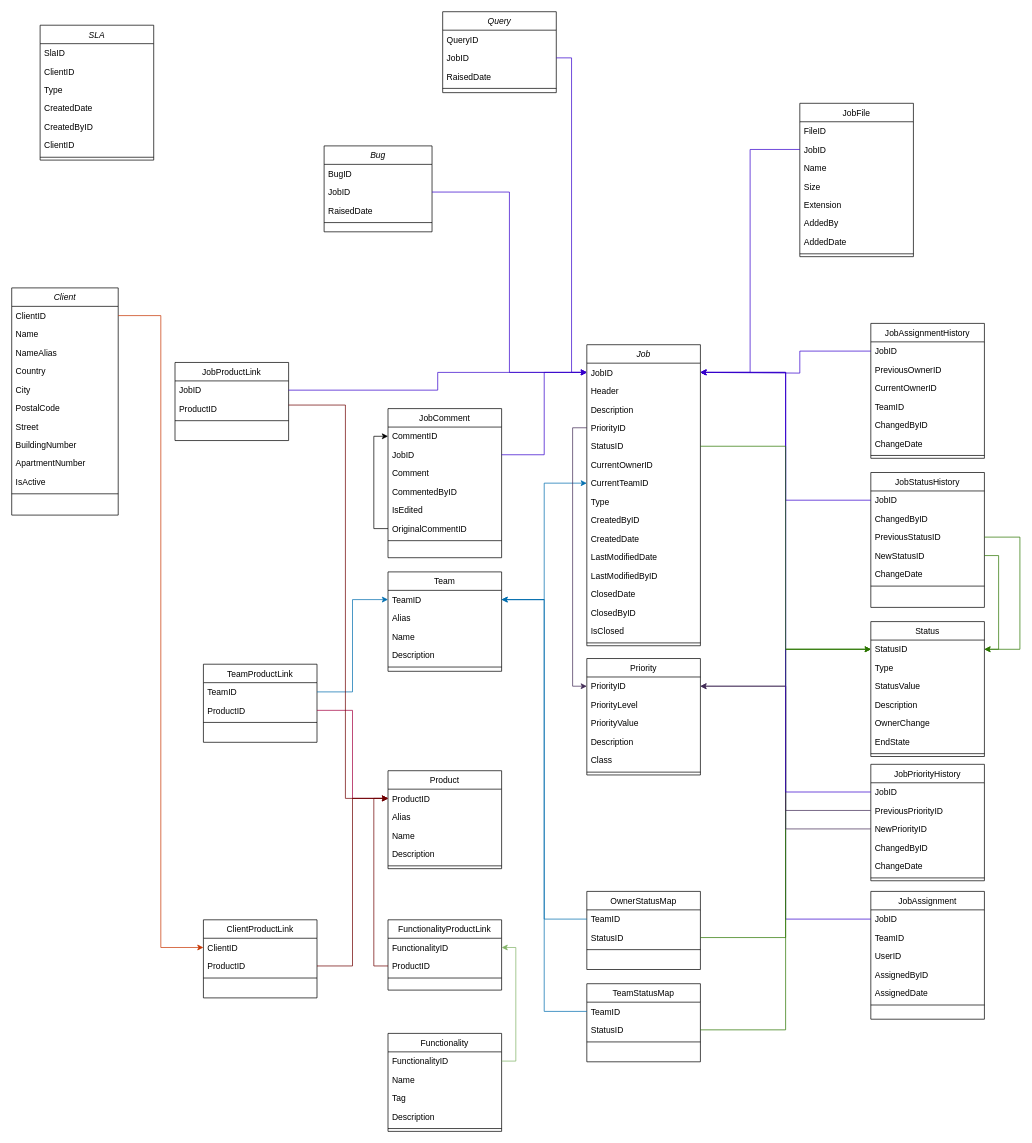
KMastalerz/Sloth keeps this draw.io diagram as documentation/uml/job-class.drawio. Above is the earlier version. Source tidied: cells renumbered, new cells numbered last; positions are measured from the earlier drawing's top-left corner, leaving out a move shared by most shapes. Both pictures are drawn from the tidied source at 71%, with x=0, y=0 at pixel (11, 11).
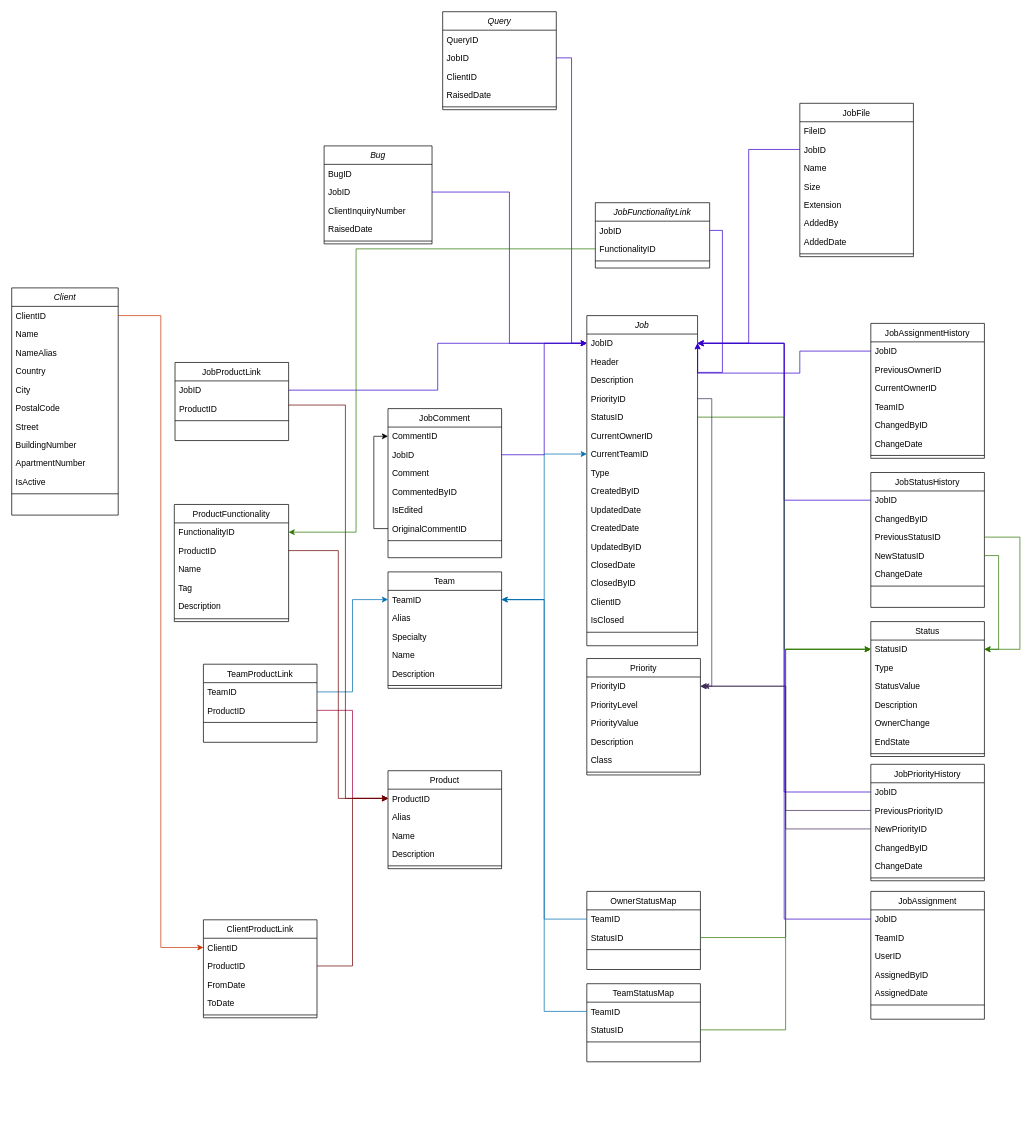
Above is the later version.

Unchanged cells that the change refers to:
```xml
<mxCell id="75" value="ProductID" style="text;align=left;verticalAlign=top;spacingLeft=4;spacingRight=4;overflow=hidden;points=[[0,0.5],[1,0.5]];portConstraint=eastwest;" parent="74" vertex="1">
  <mxGeometry y="26" width="160" height="26" as="geometry" />
</mxCell>
<mxCell id="94" value="PriorityID" style="text;align=left;verticalAlign=top;spacingLeft=4;spacingRight=4;overflow=hidden;points=[[0,0.5],[1,0.5]];portConstraint=eastwest;" parent="93" vertex="1">
  <mxGeometry y="26" width="160" height="26" as="geometry" />
</mxCell>
```

The edit, as a diff of the source:
```diff
@@
     <mxCell id="2" value="Job" style="swimlane;fontStyle=2;align=center;verticalAlign=top;horizontal=1;startSize=26;rounded=0;shadow=0;strokeWidth=1;" parent="1" vertex="1">
-      <mxGeometry x="810" y="469" width="160" height="424" as="geometry" />
+      <mxGeometry x="810" y="428" width="156" height="465" as="geometry" />
     </mxCell>
     <mxCell id="3" value="JobID" style="text;align=left;verticalAlign=top;spacingLeft=4;spacingRight=4;overflow=hidden;points=[[0,0.5],[1,0.5]];portConstraint=eastwest;" parent="2" vertex="1">
-      <mxGeometry y="26" width="160" height="26" as="geometry" />
+      <mxGeometry y="26" width="156" height="26" as="geometry" />
     </mxCell>
     <mxCell id="4" value="Header" style="text;align=left;verticalAlign=top;spacingLeft=4;spacingRight=4;overflow=hidden;rounded=0;shadow=0;html=0;" parent="2" vertex="1">
-      <mxGeometry y="52" width="160" height="26" as="geometry" />
+      <mxGeometry y="52" width="156" height="26" as="geometry" />
     </mxCell>
     <mxCell id="5" value="Description" style="text;align=left;verticalAlign=top;spacingLeft=4;spacingRight=4;overflow=hidden;rounded=0;shadow=0;html=0;" parent="2" vertex="1">
-      <mxGeometry y="78" width="160" height="26" as="geometry" />
+      <mxGeometry y="78" width="156" height="26" as="geometry" />
     </mxCell>
     <mxCell id="6" value="PriorityID" style="text;align=left;verticalAlign=top;spacingLeft=4;spacingRight=4;overflow=hidden;points=[[0,0.5],[1,0.5]];portConstraint=eastwest;rounded=0;shadow=0;html=0;" parent="2" vertex="1">
-      <mxGeometry y="104" width="160" height="26" as="geometry" />
+      <mxGeometry y="104" width="156" height="26" as="geometry" />
     </mxCell>
     <mxCell id="7" value="StatusID" style="text;align=left;verticalAlign=top;spacingLeft=4;spacingRight=4;overflow=hidden;points=[[0,0.5],[1,0.5]];portConstraint=eastwest;rounded=0;shadow=0;html=0;" parent="2" vertex="1">
-      <mxGeometry y="130" width="160" height="26" as="geometry" />
+      <mxGeometry y="130" width="156" height="26" as="geometry" />
     </mxCell>
     <mxCell id="8" value="CurrentOwnerID" style="text;align=left;verticalAlign=top;spacingLeft=4;spacingRight=4;overflow=hidden;rounded=0;shadow=0;html=0;" parent="2" vertex="1">
-      <mxGeometry y="156" width="160" height="26" as="geometry" />
+      <mxGeometry y="156" width="156" height="26" as="geometry" />
     </mxCell>
     <mxCell id="9" value="CurrentTeamID" style="text;align=left;verticalAlign=top;spacingLeft=4;spacingRight=4;overflow=hidden;points=[[0,0.5],[1,0.5]];portConstraint=eastwest;rounded=0;shadow=0;html=0;" parent="2" vertex="1">
-      <mxGeometry y="182" width="160" height="26" as="geometry" />
+      <mxGeometry y="182" width="156" height="26" as="geometry" />
     </mxCell>
     <mxCell id="10" value="Type" style="text;align=left;verticalAlign=top;spacingLeft=4;spacingRight=4;overflow=hidden;rounded=0;shadow=0;html=0;" parent="2" vertex="1">
-      <mxGeometry y="208" width="160" height="26" as="geometry" />
+      <mxGeometry y="208" width="156" height="26" as="geometry" />
     </mxCell>
     <mxCell id="11" value="CreatedByID" style="text;align=left;verticalAlign=top;spacingLeft=4;spacingRight=4;overflow=hidden;rounded=0;shadow=0;html=0;" parent="2" vertex="1">
-      <mxGeometry y="234" width="160" height="26" as="geometry" />
+      <mxGeometry y="234" width="156" height="26" as="geometry" />
     </mxCell>
+    <mxCell id="13" value="UpdatedDate" style="text;align=left;verticalAlign=top;spacingLeft=4;spacingRight=4;overflow=hidden;rounded=0;shadow=0;html=0;" parent="2" vertex="1">
+      <mxGeometry y="260" width="156" height="26" as="geometry" />
+    </mxCell>
     <mxCell id="12" value="CreatedDate" style="text;align=left;verticalAlign=top;spacingLeft=4;spacingRight=4;overflow=hidden;rounded=0;shadow=0;html=0;" parent="2" vertex="1">
-      <mxGeometry y="260" width="160" height="26" as="geometry" />
+      <mxGeometry y="286" width="156" height="26" as="geometry" />
     </mxCell>
-    <mxCell id="13" value="LastModifiedDate" style="text;align=left;verticalAlign=top;spacingLeft=4;spacingRight=4;overflow=hidden;rounded=0;shadow=0;html=0;" parent="2" vertex="1">
-      <mxGeometry y="286" width="160" height="26" as="geometry" />
-    </mxCell>
-    <mxCell id="14" value="LastModifiedByID" style="text;align=left;verticalAlign=top;spacingLeft=4;spacingRight=4;overflow=hidden;rounded=0;shadow=0;html=0;" parent="2" vertex="1">
-      <mxGeometry y="312" width="160" height="26" as="geometry" />
+    <mxCell id="14" value="UpdatedByID" style="text;align=left;verticalAlign=top;spacingLeft=4;spacingRight=4;overflow=hidden;rounded=0;shadow=0;html=0;" parent="2" vertex="1">
+      <mxGeometry y="312" width="156" height="26" as="geometry" />
     </mxCell>
     <mxCell id="15" value="ClosedDate" style="text;align=left;verticalAlign=top;spacingLeft=4;spacingRight=4;overflow=hidden;rounded=0;shadow=0;html=0;" parent="2" vertex="1">
-      <mxGeometry y="338" width="160" height="26" as="geometry" />
+      <mxGeometry y="338" width="156" height="26" as="geometry" />
     </mxCell>
     <mxCell id="16" value="ClosedByID" style="text;align=left;verticalAlign=top;spacingLeft=4;spacingRight=4;overflow=hidden;rounded=0;shadow=0;html=0;" parent="2" vertex="1">
-      <mxGeometry y="364" width="160" height="26" as="geometry" />
+      <mxGeometry y="364" width="156" height="26" as="geometry" />
     </mxCell>
+    <mxCell id="180" value="ClientID" style="text;align=left;verticalAlign=top;spacingLeft=4;spacingRight=4;overflow=hidden;rounded=0;shadow=0;html=0;" parent="2" vertex="1">
+      <mxGeometry y="390" width="156" height="26" as="geometry" />
+    </mxCell>
     <mxCell id="17" value="IsClosed" style="text;align=left;verticalAlign=top;spacingLeft=4;spacingRight=4;overflow=hidden;rounded=0;shadow=0;html=0;" parent="2" vertex="1">
-      <mxGeometry y="390" width="160" height="26" as="geometry" />
+      <mxGeometry y="416" width="156" height="26" as="geometry" />
     </mxCell>
     <mxCell id="18" style="line;html=1;strokeWidth=1;align=left;verticalAlign=middle;spacingTop=-1;spacingLeft=3;spacingRight=3;labelPosition=right;" parent="2" vertex="1">
-      <mxGeometry y="416" width="160" height="8" as="geometry" />
+      <mxGeometry y="442" width="156" height="8" as="geometry" />
     </mxCell>
@@
     <mxCell id="53" value="Team" style="swimlane;fontStyle=0;align=center;verticalAlign=top;horizontal=1;startSize=26;rounded=0;shadow=0;strokeWidth=1;" parent="1" vertex="1">
-      <mxGeometry x="530" y="789" width="160" height="140" as="geometry" />
+      <mxGeometry x="530" y="789" width="160" height="164" as="geometry" />
     </mxCell>
@@
+    <mxCell id="181" value="Specialty" style="text;align=left;verticalAlign=top;spacingLeft=4;spacingRight=4;overflow=hidden;rounded=0;shadow=0;html=0;" parent="53" vertex="1">
+      <mxGeometry y="78" width="160" height="26" as="geometry" />
+    </mxCell>
     <mxCell id="56" value="Name" style="text;align=left;verticalAlign=top;spacingLeft=4;spacingRight=4;overflow=hidden;rounded=0;shadow=0;html=0;" parent="53" vertex="1">
-      <mxGeometry y="78" width="160" height="26" as="geometry" />
+      <mxGeometry y="104" width="160" height="26" as="geometry" />
     </mxCell>
     <mxCell id="57" value="Description" style="text;align=left;verticalAlign=top;spacingLeft=4;spacingRight=4;overflow=hidden;rounded=0;shadow=0;html=0;" parent="53" vertex="1">
-      <mxGeometry y="104" width="160" height="26" as="geometry" />
+      <mxGeometry y="130" width="160" height="26" as="geometry" />
     </mxCell>
     <mxCell id="58" style="line;html=1;strokeWidth=1;align=left;verticalAlign=middle;spacingTop=-1;spacingLeft=3;spacingRight=3;labelPosition=right;" parent="53" vertex="1">
-      <mxGeometry y="130" width="160" height="8" as="geometry" />
+      <mxGeometry y="156" width="160" height="8" as="geometry" />
     </mxCell>
@@
     <mxCell id="112" value="ClientProductLink" style="swimlane;fontStyle=0;align=center;verticalAlign=top;horizontal=1;startSize=26;rounded=0;shadow=0;strokeWidth=1;" parent="1" vertex="1">
-      <mxGeometry x="270" y="1279" width="160" height="110" as="geometry" />
+      <mxGeometry x="270" y="1279" width="160" height="138" as="geometry" />
     </mxCell>
@@
+    <mxCell id="182" value="FromDate" style="text;align=left;verticalAlign=top;spacingLeft=4;spacingRight=4;overflow=hidden;" parent="112" vertex="1">
+      <mxGeometry y="78" width="160" height="26" as="geometry" />
+    </mxCell>
+    <mxCell id="183" value="ToDate" style="text;align=left;verticalAlign=top;spacingLeft=4;spacingRight=4;overflow=hidden;" parent="112" vertex="1">
+      <mxGeometry y="104" width="160" height="26" as="geometry" />
+    </mxCell>
     <mxCell id="115" style="line;html=1;strokeWidth=1;align=left;verticalAlign=middle;spacingTop=-1;spacingLeft=3;spacingRight=3;labelPosition=right;" parent="112" vertex="1">
-      <mxGeometry y="78" width="160" height="8" as="geometry" />
+      <mxGeometry y="130" width="160" height="8" as="geometry" />
     </mxCell>
@@
-    <mxCell id="140" value="Functionality" style="swimlane;fontStyle=0;align=center;verticalAlign=top;horizontal=1;startSize=26;rounded=0;shadow=0;strokeWidth=1;" parent="1" vertex="1">
-      <mxGeometry x="530" y="1439" width="160" height="138" as="geometry" />
-    </mxCell>
-    <mxCell id="141" value="FunctionalityID" style="text;align=left;verticalAlign=top;spacingLeft=4;spacingRight=4;overflow=hidden;points=[[0,0.5],[1,0.5]];portConstraint=eastwest;" parent="140" vertex="1">
-      <mxGeometry y="26" width="160" height="26" as="geometry" />
-    </mxCell>
-    <mxCell id="142" value="Name" style="text;align=left;verticalAlign=top;spacingLeft=4;spacingRight=4;overflow=hidden;rounded=0;shadow=0;html=0;" parent="140" vertex="1">
-      <mxGeometry y="52" width="160" height="26" as="geometry" />
-    </mxCell>
-    <mxCell id="143" value="Tag" style="text;align=left;verticalAlign=top;spacingLeft=4;spacingRight=4;overflow=hidden;rounded=0;shadow=0;html=0;" parent="140" vertex="1">
-      <mxGeometry y="78" width="160" height="26" as="geometry" />
-    </mxCell>
-    <mxCell id="144" value="Description" style="text;align=left;verticalAlign=top;spacingLeft=4;spacingRight=4;overflow=hidden;" parent="140" vertex="1">
-      <mxGeometry y="104" width="160" height="26" as="geometry" />
-    </mxCell>
-    <mxCell id="145" style="line;html=1;strokeWidth=1;align=left;verticalAlign=middle;spacingTop=-1;spacingLeft=3;spacingRight=3;labelPosition=right;" parent="140" vertex="1">
-      <mxGeometry y="130" width="160" height="8" as="geometry" />
-    </mxCell>
-    <mxCell id="146" value="FunctionalityProductLink" style="swimlane;fontStyle=0;align=center;verticalAlign=top;horizontal=1;startSize=26;rounded=0;shadow=0;strokeWidth=1;" parent="1" vertex="1">
-      <mxGeometry x="530" y="1279" width="160" height="99" as="geometry" />
-    </mxCell>
-    <mxCell id="147" value="FunctionalityID" style="text;align=left;verticalAlign=top;spacingLeft=4;spacingRight=4;overflow=hidden;points=[[0,0.5],[1,0.5]];portConstraint=eastwest;" parent="146" vertex="1">
-      <mxGeometry y="26" width="160" height="26" as="geometry" />
-    </mxCell>
-    <mxCell id="148" value="ProductID" style="text;align=left;verticalAlign=top;spacingLeft=4;spacingRight=4;overflow=hidden;points=[[0,0.5],[1,0.5]];portConstraint=eastwest;rounded=0;shadow=0;html=0;" parent="146" vertex="1">
-      <mxGeometry y="52" width="160" height="26" as="geometry" />
-    </mxCell>
-    <mxCell id="149" style="line;html=1;strokeWidth=1;align=left;verticalAlign=middle;spacingTop=-1;spacingLeft=3;spacingRight=3;labelPosition=right;" parent="146" vertex="1">
-      <mxGeometry y="78" width="160" height="8" as="geometry" />
-    </mxCell>
-    <mxCell id="150" style="edgeStyle=orthogonalEdgeStyle;rounded=0;jettySize=auto;html=1;entryX=1;entryY=0.5;entryDx=0;entryDy=0;fillColor=#d5e8d4;gradientColor=#97d077;strokeColor=#82b366;" parent="1" edge="1" source="141" target="147">
-      <mxGeometry relative="1" as="geometry">
-        <Array as="points">
-          <mxPoint x="710" y="1478" />
-          <mxPoint x="710" y="1318" />
-        </Array>
-      </mxGeometry>
-    </mxCell>
-    <mxCell id="151" style="edgeStyle=orthogonalEdgeStyle;rounded=0;jettySize=auto;html=1;entryX=0;entryY=0.5;entryDx=0;entryDy=0;fillColor=#a20025;strokeColor=#6F0000;" parent="1" edge="1" source="148" target="75">
-      <mxGeometry relative="1" as="geometry" />
-    </mxCell>
     <mxCell id="152" value="Bug" style="swimlane;fontStyle=2;align=center;verticalAlign=top;horizontal=1;startSize=26;rounded=0;shadow=0;strokeWidth=1;" parent="1" vertex="1">
-      <mxGeometry x="440" y="189" width="152" height="121" as="geometry" />
+      <mxGeometry x="440" y="189" width="152" height="138" as="geometry" />
     </mxCell>
@@
+    <mxCell id="184" value="ClientInquiryNumber" style="text;align=left;verticalAlign=top;spacingLeft=4;spacingRight=4;overflow=hidden;rounded=0;shadow=0;html=0;" parent="152" vertex="1">
+      <mxGeometry y="78" width="152" height="26" as="geometry" />
+    </mxCell>
     <mxCell id="155" value="RaisedDate" style="text;align=left;verticalAlign=top;spacingLeft=4;spacingRight=4;overflow=hidden;rounded=0;shadow=0;html=0;" parent="152" vertex="1">
-      <mxGeometry y="78" width="152" height="26" as="geometry" />
+      <mxGeometry y="104" width="152" height="26" as="geometry" />
     </mxCell>
     <mxCell id="156" style="line;html=1;strokeWidth=1;align=left;verticalAlign=middle;spacingTop=-1;spacingLeft=3;spacingRight=3;labelPosition=right;" parent="152" vertex="1">
-      <mxGeometry y="104" width="152" height="8" as="geometry" />
+      <mxGeometry y="130" width="152" height="8" as="geometry" />
     </mxCell>
@@
-    <mxCell id="158" value="SLA" style="swimlane;fontStyle=2;align=center;verticalAlign=top;horizontal=1;startSize=26;rounded=0;shadow=0;strokeWidth=1;" parent="1" vertex="1">
-      <mxGeometry x="40" y="19" width="160" height="190" as="geometry" />
-    </mxCell>
-    <mxCell id="159" value="SlaID" style="text;align=left;verticalAlign=top;spacingLeft=4;spacingRight=4;overflow=hidden;" parent="158" vertex="1">
-      <mxGeometry y="26" width="160" height="26" as="geometry" />
-    </mxCell>
-    <mxCell id="160" value="ClientID" style="text;align=left;verticalAlign=top;spacingLeft=4;spacingRight=4;overflow=hidden;rounded=0;shadow=0;html=0;" parent="158" vertex="1">
-      <mxGeometry y="52" width="160" height="26" as="geometry" />
-    </mxCell>
-    <mxCell id="161" value="Type" style="text;align=left;verticalAlign=top;spacingLeft=4;spacingRight=4;overflow=hidden;rounded=0;shadow=0;html=0;" parent="158" vertex="1">
-      <mxGeometry y="78" width="160" height="26" as="geometry" />
-    </mxCell>
-    <mxCell id="162" value="CreatedDate" style="text;align=left;verticalAlign=top;spacingLeft=4;spacingRight=4;overflow=hidden;rounded=0;shadow=0;html=0;" parent="158" vertex="1">
-      <mxGeometry y="104" width="160" height="26" as="geometry" />
-    </mxCell>
-    <mxCell id="163" value="CreatedByID" style="text;align=left;verticalAlign=top;spacingLeft=4;spacingRight=4;overflow=hidden;rounded=0;shadow=0;html=0;" parent="158" vertex="1">
-      <mxGeometry y="130" width="160" height="26" as="geometry" />
-    </mxCell>
-    <mxCell id="164" value="ClientID" style="text;align=left;verticalAlign=top;spacingLeft=4;spacingRight=4;overflow=hidden;rounded=0;shadow=0;html=0;" parent="158" vertex="1">
-      <mxGeometry y="156" width="160" height="26" as="geometry" />
-    </mxCell>
-    <mxCell id="165" style="line;html=1;strokeWidth=1;align=left;verticalAlign=middle;spacingTop=-1;spacingLeft=3;spacingRight=3;labelPosition=right;" parent="158" vertex="1">
-      <mxGeometry y="182" width="160" height="8" as="geometry" />
-    </mxCell>
@@
     <mxCell id="169" value="Query" style="swimlane;fontStyle=2;align=center;verticalAlign=top;horizontal=1;startSize=26;rounded=0;shadow=0;strokeWidth=1;" parent="1" vertex="1">
-      <mxGeometry x="607" width="160" height="114" as="geometry" />
+      <mxGeometry x="607" width="160" height="138" as="geometry" />
     </mxCell>
@@
+    <mxCell id="185" value="ClientID" style="text;align=left;verticalAlign=top;spacingLeft=4;spacingRight=4;overflow=hidden;rounded=0;shadow=0;html=0;" parent="169" vertex="1">
+      <mxGeometry y="78" width="160" height="26" as="geometry" />
+    </mxCell>
     <mxCell id="172" value="RaisedDate" style="text;align=left;verticalAlign=top;spacingLeft=4;spacingRight=4;overflow=hidden;rounded=0;shadow=0;html=0;" parent="169" vertex="1">
-      <mxGeometry y="78" width="160" height="26" as="geometry" />
+      <mxGeometry y="104" width="160" height="26" as="geometry" />
     </mxCell>
     <mxCell id="173" style="line;html=1;strokeWidth=1;align=left;verticalAlign=middle;spacingTop=-1;spacingLeft=3;spacingRight=3;labelPosition=right;" parent="169" vertex="1">
-      <mxGeometry y="104" width="160" height="8" as="geometry" />
+      <mxGeometry y="130" width="160" height="8" as="geometry" />
     </mxCell>
@@
-    <mxCell id="178" style="edgeStyle=orthogonalEdgeStyle;rounded=0;jettySize=auto;html=1;entryX=0;entryY=0.5;entryDx=0;entryDy=0;fillColor=#76608a;strokeColor=#432D57;" parent="1" edge="1" source="6" target="94">
-      <mxGeometry relative="1" as="geometry" />
+    <mxCell id="178" style="edgeStyle=orthogonalEdgeStyle;rounded=0;jettySize=auto;html=1;fillColor=#76608a;strokeColor=#432D57;" parent="1" edge="1" source="6">
+      <mxGeometry relative="1" as="geometry">
+        <mxPoint x="974" y="950" as="targetPoint" />
+        <Array as="points">
+          <mxPoint x="986" y="545" />
+          <mxPoint x="986" y="950" />
+        </Array>
+      </mxGeometry>
     </mxCell>
@@
+    <mxCell id="186" value="ProductFunctionality" style="swimlane;fontStyle=0;align=center;verticalAlign=top;horizontal=1;startSize=26;rounded=0;shadow=0;strokeWidth=1;" parent="1" vertex="1">
+      <mxGeometry x="229" y="694" width="161" height="165" as="geometry" />
+    </mxCell>
+    <mxCell id="187" value="FunctionalityID" style="text;align=left;verticalAlign=top;spacingLeft=4;spacingRight=4;overflow=hidden;points=[[0,0.5],[1,0.5]];portConstraint=eastwest;" parent="186" vertex="1">
+      <mxGeometry y="26" width="161" height="26" as="geometry" />
+    </mxCell>
+    <mxCell id="148" value="ProductID" style="text;align=left;verticalAlign=top;spacingLeft=4;spacingRight=4;overflow=hidden;points=[[0,0.5],[1,0.5]];portConstraint=eastwest;rounded=0;shadow=0;html=0;" parent="186" vertex="1">
+      <mxGeometry y="52" width="161" height="26" as="geometry" />
+    </mxCell>
+    <mxCell id="142" value="Name" style="text;align=left;verticalAlign=top;spacingLeft=4;spacingRight=4;overflow=hidden;rounded=0;shadow=0;html=0;" parent="186" vertex="1">
+      <mxGeometry y="78" width="161" height="26" as="geometry" />
+    </mxCell>
+    <mxCell id="143" value="Tag" style="text;align=left;verticalAlign=top;spacingLeft=4;spacingRight=4;overflow=hidden;rounded=0;shadow=0;html=0;" parent="186" vertex="1">
+      <mxGeometry y="104" width="161" height="26" as="geometry" />
+    </mxCell>
+    <mxCell id="144" value="Description" style="text;align=left;verticalAlign=top;spacingLeft=4;spacingRight=4;overflow=hidden;rounded=0;shadow=0;html=0;" parent="186" vertex="1">
+      <mxGeometry y="130" width="161" height="27" as="geometry" />
+    </mxCell>
+    <mxCell id="188" style="line;html=1;strokeWidth=1;align=left;verticalAlign=middle;spacingTop=-1;spacingLeft=3;spacingRight=3;labelPosition=right;" parent="186" vertex="1">
+      <mxGeometry y="157" width="161" height="8" as="geometry" />
+    </mxCell>
+    <mxCell id="151" style="edgeStyle=orthogonalEdgeStyle;rounded=0;jettySize=auto;html=1;entryX=0;entryY=0.5;entryDx=0;entryDy=0;fillColor=#a20025;strokeColor=#6F0000;exitX=1;exitY=0.5;exitDx=0;exitDy=0;" parent="1" edge="1" source="148" target="75">
+      <mxGeometry relative="1" as="geometry" />
+    </mxCell>
+    <mxCell id="189" value="JobFunctionalityLink" style="swimlane;fontStyle=2;align=center;verticalAlign=top;horizontal=1;startSize=26;rounded=0;shadow=0;strokeWidth=1;" parent="1" vertex="1">
+      <mxGeometry x="822" y="269" width="161" height="92" as="geometry" />
+    </mxCell>
+    <mxCell id="190" value="JobID" style="text;align=left;verticalAlign=top;spacingLeft=4;spacingRight=4;overflow=hidden;points=[[0,0.5],[1,0.5]];portConstraint=eastwest;" parent="189" vertex="1">
+      <mxGeometry y="26" width="161" height="26" as="geometry" />
+    </mxCell>
+    <mxCell id="191" value="FunctionalityID" style="text;align=left;verticalAlign=top;spacingLeft=4;spacingRight=4;overflow=hidden;points=[[0,0.5],[1,0.5]];portConstraint=eastwest;" parent="189" vertex="1">
+      <mxGeometry y="52" width="161" height="26" as="geometry" />
+    </mxCell>
+    <mxCell id="192" style="line;html=1;strokeWidth=1;align=left;verticalAlign=middle;spacingTop=-1;spacingLeft=3;spacingRight=3;labelPosition=right;" parent="189" vertex="1">
+      <mxGeometry y="78" width="161" height="8" as="geometry" />
+    </mxCell>
+    <mxCell id="193" style="edgeStyle=orthogonalEdgeStyle;rounded=0;jettySize=auto;html=1;entryX=1;entryY=0.5;entryDx=0;entryDy=0;fillColor=#60a917;strokeColor=#2D7600;" parent="1" edge="1" source="191" target="187">
+      <mxGeometry relative="1" as="geometry">
+        <Array as="points">
+          <mxPoint x="485" y="334" />
+          <mxPoint x="485" y="733" />
+        </Array>
+      </mxGeometry>
+    </mxCell>
+    <mxCell id="194" style="edgeStyle=orthogonalEdgeStyle;rounded=0;jettySize=auto;html=1;entryX=1;entryY=0.5;entryDx=0;entryDy=0;fillColor=#6a00ff;strokeColor=#3700CC;" parent="1" edge="1" source="190" target="3">
+      <mxGeometry relative="1" as="geometry">
+        <Array as="points">
+          <mxPoint x="1001" y="308" />
+          <mxPoint x="1001" y="508" />
+        </Array>
+      </mxGeometry>
+    </mxCell>
```
